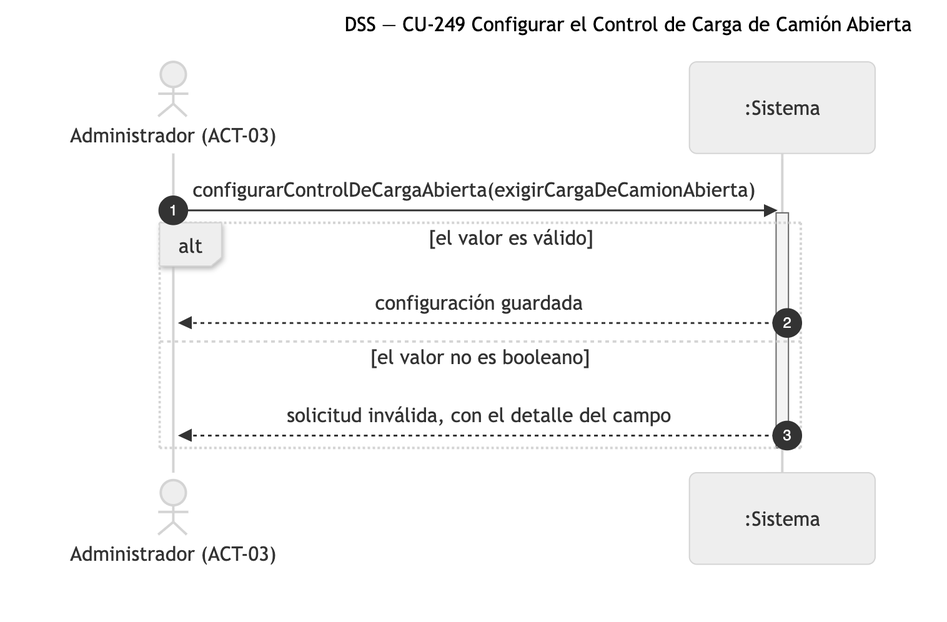
The Mermaid diagram diagramas/png/DSS_CU-249_Configurar-el-Control-de-Carga-de-Camion-Abierta.png in Nahuelito-Dev/splg-docs, before a commit. Its source is kept beside it as diagramas/DSS_CU-249_Configurar-el-Control-de-Carga-de-Camion-Abierta.mmd. Source of this version:
```mermaid
sequenceDiagram
    title DSS — CU-249 Configurar el Control de Carga de Camión Abierta
    autonumber
    actor ADM as Administrador (ACT-03)
    participant SIS as :Sistema

    ADM->>SIS: configurarControlDeCargaAbierta(exigirCargaDeCamionAbierta)
    activate SIS
    alt el valor es válido
        SIS-->>ADM: configuración guardada
    else el valor no es booleano
        SIS-->>ADM: solicitud inválida, con el detalle del campo
    end
    deactivate SIS
```
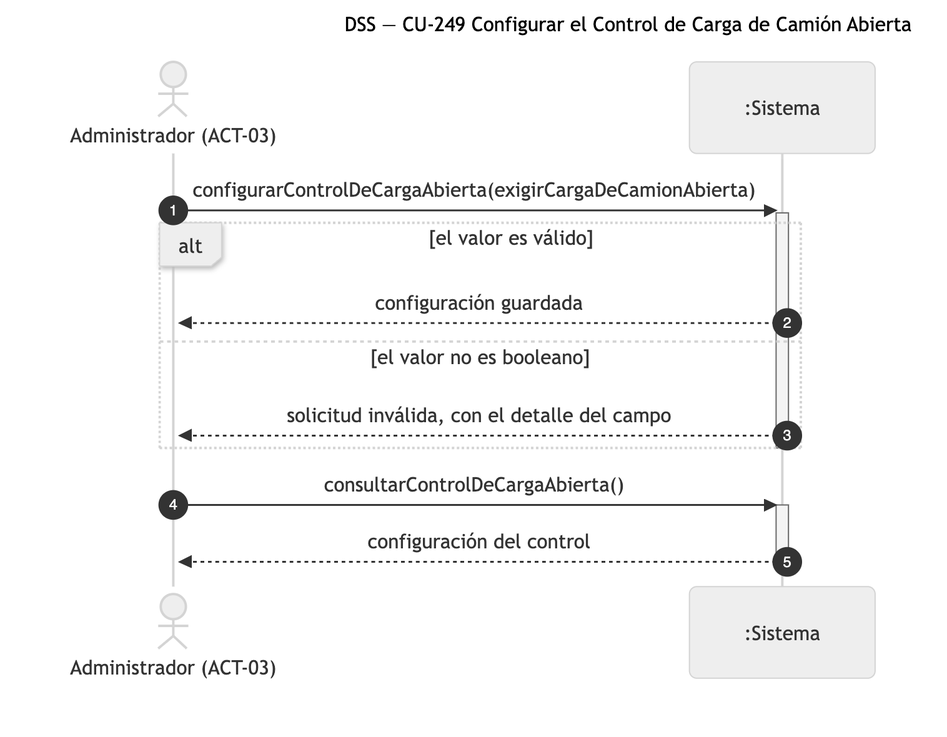
Above is the later version.

Diff of the diagram source:
```diff
@@ -12,3 +12,8 @@
         SIS-->>ADM: solicitud inválida, con el detalle del campo
     end
     deactivate SIS
+
+    ADM->>SIS: consultarControlDeCargaAbierta()
+    activate SIS
+    SIS-->>ADM: configuración del control
+    deactivate SIS
```
